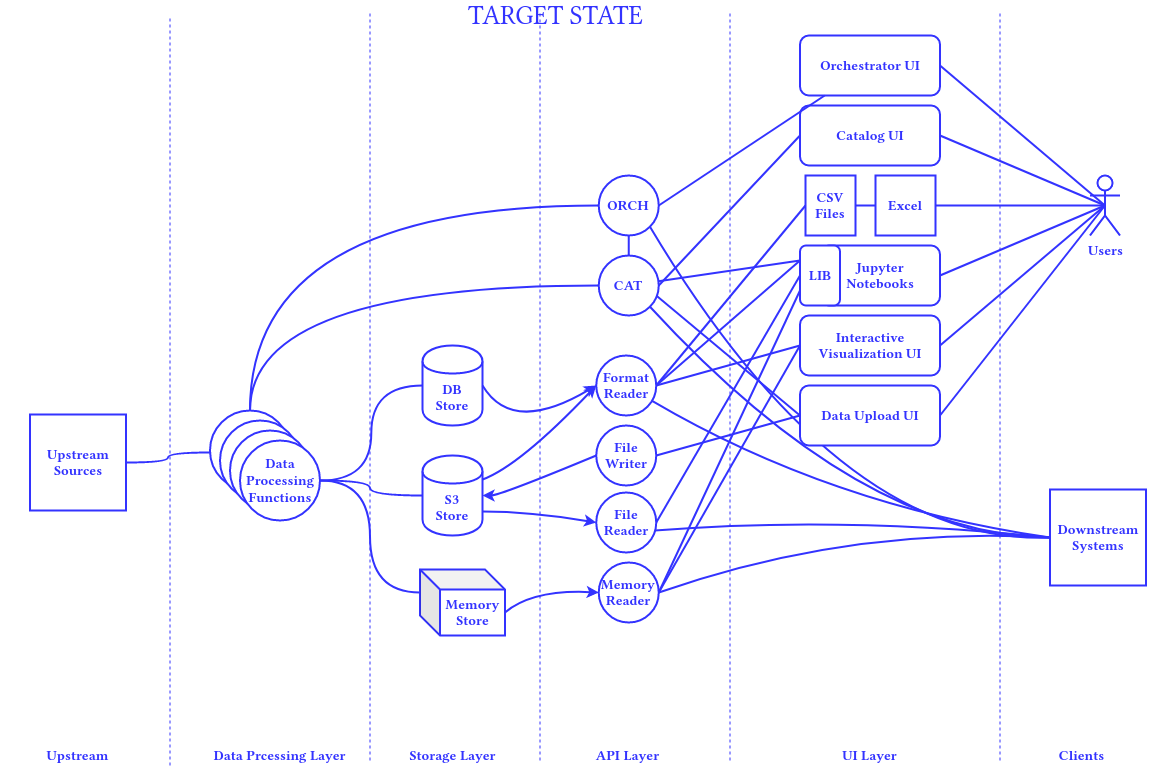
Earlier version of the draw.io export light-target-state.png (victor-kolesnikov/light-design). Source tidied: cells renumbered, new cells last; positions are measured from the earlier drawing's top-left corner, leaving out a move shared by most shapes.
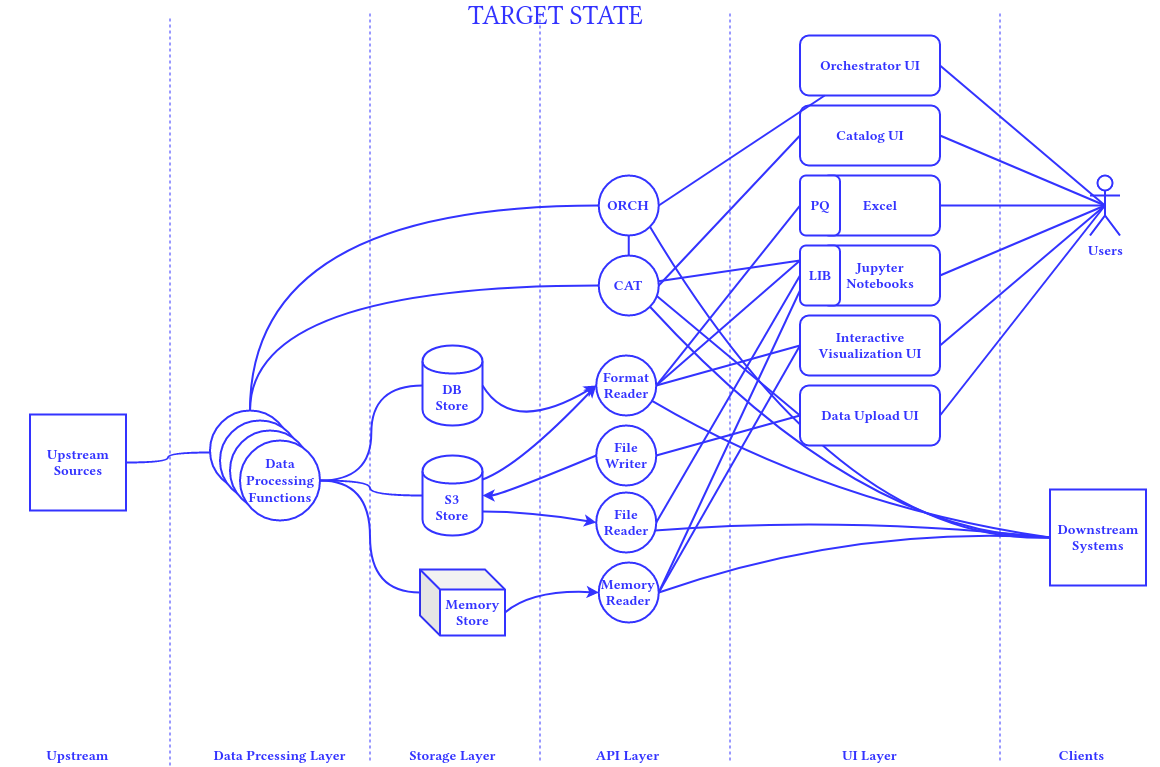
Later version of the same file.

What changed in the source:
```diff
@@ -102,13 +102,10 @@
     <mxCell id="29" style="endArrow=none;html=1;strokeColor=#3333FF;strokeWidth=2;exitX=1;exitY=0.5;exitDx=0;exitDy=0;entryX=0;entryY=0.5;entryDx=0;entryDy=0;endFill=0;" parent="1" edge="1" source="7" target="22">
       <mxGeometry relative="1" as="geometry" />
     </mxCell>
-    <mxCell id="30" value="&lt;font size=&quot;1&quot; color=&quot;#3333FF&quot;&gt;&lt;b style=&quot;font-size: 14px&quot;&gt;Excel &lt;br&gt;&lt;/b&gt;&lt;/font&gt;" style="rounded=0;whiteSpace=wrap;html=1;strokeColor=#3333FF;strokeWidth=2;fillColor=#FFFFFF;" parent="1" vertex="1">
-      <mxGeometry x="875" y="170" width="60" height="60" as="geometry" />
-    </mxCell>
-    <mxCell id="31" style="endArrow=none;html=1;strokeColor=#3333FF;strokeWidth=2;exitX=1;exitY=0.5;exitDx=0;exitDy=0;entryX=0;entryY=0.5;entryDx=0;entryDy=0;endFill=0;" parent="1" edge="1" source="4" target="72">
+    <mxCell id="31" style="endArrow=none;html=1;strokeColor=#3333FF;strokeWidth=2;exitX=1;exitY=0.5;exitDx=0;exitDy=0;entryX=0;entryY=0.5;entryDx=0;entryDy=0;endFill=0;" parent="1" edge="1" source="4" target="73">
       <mxGeometry relative="1" as="geometry" />
     </mxCell>
-    <mxCell id="32" style="endArrow=none;html=1;strokeColor=#3333FF;strokeWidth=2;entryX=1;entryY=0.5;entryDx=0;entryDy=0;exitX=0.5;exitY=0.5;exitDx=0;exitDy=0;exitPerimeter=0;" parent="1" edge="1" source="17" target="30">
+    <mxCell id="32" style="endArrow=none;html=1;strokeColor=#3333FF;strokeWidth=2;entryX=0.963;entryY=0.5;entryDx=0;entryDy=0;exitX=0.5;exitY=0.5;exitDx=0;exitDy=0;exitPerimeter=0;entryPerimeter=0;" parent="1" edge="1" source="17" target="30">
       <mxGeometry relative="1" as="geometry" />
     </mxCell>
     <mxCell id="33" style="endArrow=none;html=1;strokeColor=#3333FF;strokeWidth=2;entryX=1;entryY=0.5;entryDx=0;entryDy=0;exitX=0.5;exitY=0.5;exitDx=0;exitDy=0;exitPerimeter=0;" parent="1" edge="1" source="17" target="23">
@@ -273,11 +270,11 @@
     <mxCell id="70" style="endArrow=none;html=1;strokeColor=#3333FF;strokeWidth=2;entryX=0;entryY=0.25;entryDx=0;entryDy=0;endFill=0;" parent="1" edge="1" source="14" target="24">
       <mxGeometry relative="1" as="geometry" />
     </mxCell>
-    <mxCell id="71" style="edgeStyle=orthogonalEdgeStyle;rounded=0;jettySize=auto;html=1;exitX=1;exitY=0.5;exitDx=0;exitDy=0;strokeColor=#3333FF;strokeWidth=2;endArrow=none;endFill=0;" parent="1" edge="1" source="72" target="30">
-      <mxGeometry relative="1" as="geometry" />
-    </mxCell>
-    <mxCell id="72" value="&lt;div style=&quot;font-size: 14px;&quot;&gt;CSV&lt;/div&gt;&lt;div style=&quot;font-size: 14px;&quot;&gt;Files&lt;br style=&quot;font-size: 14px;&quot;&gt;&lt;/div&gt;" style="rounded=0;whiteSpace=wrap;html=1;strokeColor=#3333FF;strokeWidth=2;fontStyle=1;fontSize=14;fontColor=#3333FF;" parent="1" vertex="1">
-      <mxGeometry x="805" y="170" width="50" height="60" as="geometry" />
-    </mxCell>
+    <mxCell id="30" value="&lt;font style=&quot;font-size: 14px&quot;&gt;&lt;b&gt;&lt;font style=&quot;font-size: 14px&quot; color=&quot;#3333FF&quot;&gt;Excel&lt;/font&gt;&lt;/b&gt;&lt;/font&gt;" style="rounded=1;whiteSpace=wrap;html=1;strokeColor=#3333FF;strokeWidth=2;fillColor=#FFFFFF;" parent="1" vertex="1">
+      <mxGeometry x="819.5" y="170" width="120" height="60" as="geometry" />
+    </mxCell>
+    <mxCell id="73" value="&lt;font size=&quot;1&quot;&gt;&lt;b&gt;&lt;font style=&quot;font-size: 14px&quot; color=&quot;#3333FF&quot;&gt;PQ&lt;/font&gt;&lt;/b&gt;&lt;/font&gt;" style="rounded=1;whiteSpace=wrap;html=1;strokeColor=#3333FF;strokeWidth=2;fillColor=#FFFFFF;" parent="1" vertex="1">
+      <mxGeometry x="799.5" y="170" width="40" height="60" as="geometry" />
+    </mxCell>
   </root>
 </mxGraphModel>
```
